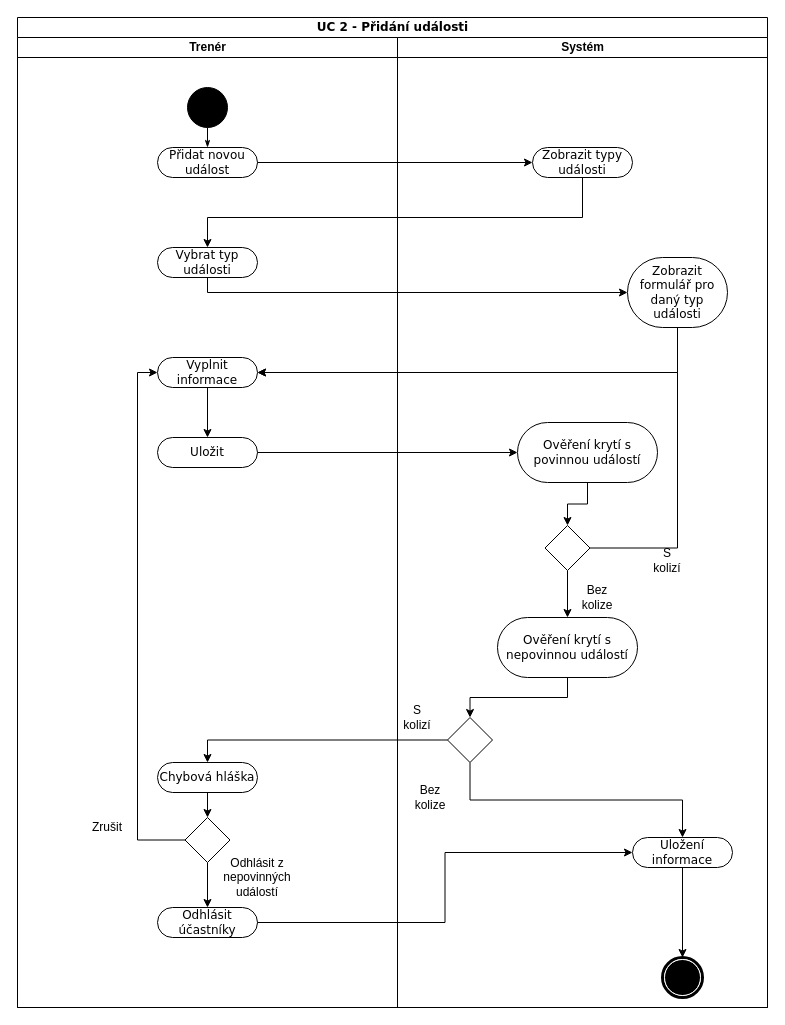
Earlier version of the draw.io diagram UC2ActivityDiagram.drawio (dminikm/EsportsIS). Source tidied: cells renumbered, new cells numbered last; positions are measured from the earlier drawing's top-left corner, leaving out a move shared by most shapes. Both pictures are drawn from the tidied source at 100%, with x=0, y=0 at pixel (17, 17).
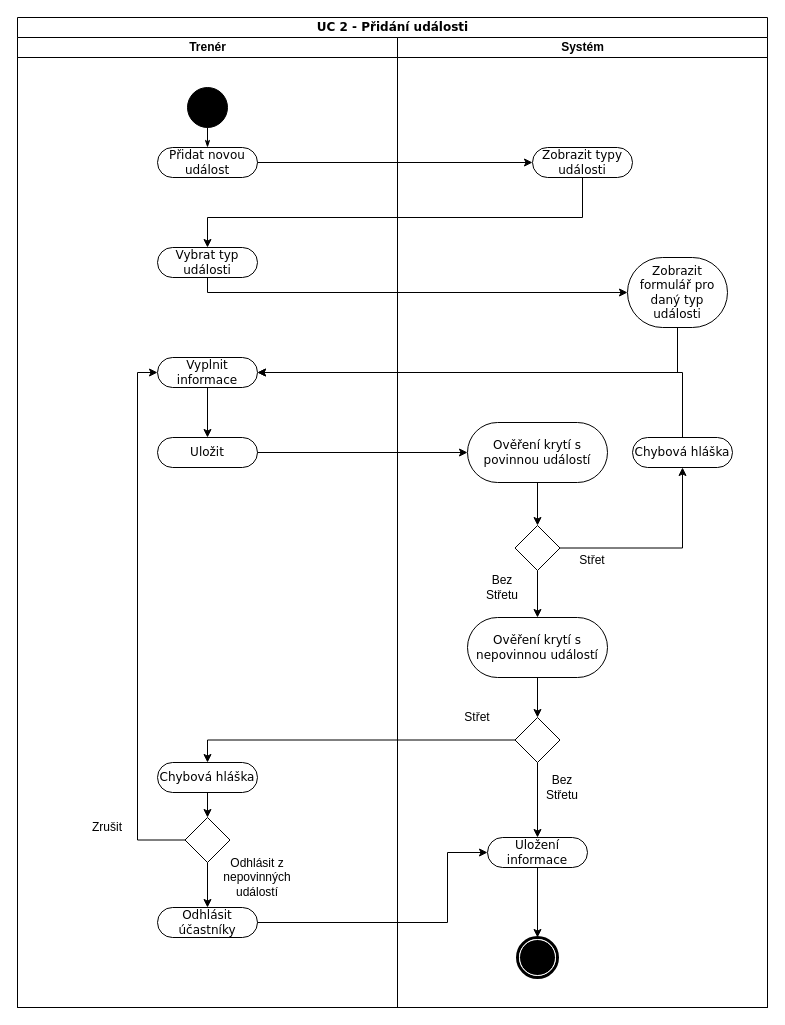
The same page after the edit.

The change refers to these unchanged cells:
```xml
<mxCell id="2" value="UC 2 - Přidání události" style="swimlane;html=1;startSize=20;rounded=0;shadow=0;comic=0;labelBackgroundColor=none;strokeWidth=1;fontFamily=Verdana;fontSize=12;align=center;" parent="1" vertex="1">
  <mxGeometry width="750" height="990" as="geometry" />
</mxCell>
<mxCell id="5" value="Přidat novou událost" style="rounded=1;whiteSpace=wrap;html=1;shadow=0;comic=0;labelBackgroundColor=none;strokeWidth=1;fontFamily=Verdana;fontSize=12;align=center;arcSize=50;" parent="3" vertex="1">
  <mxGeometry x="140" y="110" width="100" height="30" as="geometry" />
</mxCell>
<mxCell id="6" value="Vybrat typ události" style="rounded=1;whiteSpace=wrap;html=1;shadow=0;comic=0;labelBackgroundColor=none;strokeWidth=1;fontFamily=Verdana;fontSize=12;align=center;arcSize=50;" parent="3" vertex="1">
  <mxGeometry x="140" y="210" width="100" height="30" as="geometry" />
</mxCell>
<mxCell id="7" value="Uložit" style="rounded=1;whiteSpace=wrap;html=1;shadow=0;comic=0;labelBackgroundColor=none;strokeWidth=1;fontFamily=Verdana;fontSize=12;align=center;arcSize=50;" parent="3" vertex="1">
  <mxGeometry x="140" y="400" width="100" height="30" as="geometry" />
</mxCell>
<mxCell id="9" value="Chybová hláška" style="rounded=1;whiteSpace=wrap;html=1;shadow=0;comic=0;labelBackgroundColor=none;strokeWidth=1;fontFamily=Verdana;fontSize=12;align=center;arcSize=50;" parent="3" vertex="1">
  <mxGeometry x="140" y="725" width="100" height="30" as="geometry" />
</mxCell>
<mxCell id="12" value="Odhlásit účastníky" style="rounded=1;whiteSpace=wrap;html=1;shadow=0;comic=0;labelBackgroundColor=none;strokeWidth=1;fontFamily=Verdana;fontSize=12;align=center;arcSize=50;" parent="3" vertex="1">
  <mxGeometry x="140" y="870" width="100" height="30" as="geometry" />
</mxCell>
<mxCell id="15" value="Systém" style="swimlane;html=1;startSize=20;" parent="2" vertex="1">
  <mxGeometry x="380" y="20" width="370" height="970" as="geometry" />
</mxCell>
<mxCell id="18" value="Zobrazit typy události" style="rounded=1;whiteSpace=wrap;html=1;shadow=0;comic=0;labelBackgroundColor=none;strokeWidth=1;fontFamily=Verdana;fontSize=12;align=center;arcSize=50;" parent="15" vertex="1">
  <mxGeometry x="135" y="110" width="100" height="30" as="geometry" />
</mxCell>
<mxCell id="19" value="Zobrazit formulář pro daný typ události" style="rounded=1;whiteSpace=wrap;html=1;shadow=0;comic=0;labelBackgroundColor=none;strokeWidth=1;fontFamily=Verdana;fontSize=12;align=center;arcSize=50;" parent="15" vertex="1">
  <mxGeometry x="230" y="220" width="100" height="70" as="geometry" />
</mxCell>
<mxCell id="42" value="Vyplnit informace" style="rounded=1;whiteSpace=wrap;html=1;shadow=0;comic=0;labelBackgroundColor=none;strokeWidth=1;fontFamily=Verdana;fontSize=12;align=center;arcSize=50;" parent="1" vertex="1">
  <mxGeometry x="140" y="340" width="100" height="30" as="geometry" />
</mxCell>
```

Diff of the diagram source:
```diff
@@
+    <mxCell id="34" style="edgeStyle=orthogonalEdgeStyle;rounded=0;jettySize=auto;html=1;" parent="2" edge="1" source="5" target="18">
+      <mxGeometry relative="1" as="geometry" />
+    </mxCell>
+    <mxCell id="35" style="edgeStyle=orthogonalEdgeStyle;rounded=0;jettySize=auto;html=1;" parent="2" edge="1" source="18" target="6">
+      <mxGeometry relative="1" as="geometry">
+        <Array as="points">
+          <mxPoint x="565" y="200" />
+          <mxPoint x="190" y="200" />
+        </Array>
+      </mxGeometry>
+    </mxCell>
+    <mxCell id="36" style="edgeStyle=orthogonalEdgeStyle;rounded=0;jettySize=auto;html=1;entryX=0;entryY=0.5;entryDx=0;entryDy=0;" parent="2" edge="1" source="6" target="19">
+      <mxGeometry relative="1" as="geometry">
+        <Array as="points">
+          <mxPoint x="190" y="275" />
+        </Array>
+      </mxGeometry>
+    </mxCell>
+    <mxCell id="37" style="edgeStyle=orthogonalEdgeStyle;rounded=0;jettySize=auto;html=1;" parent="2" edge="1" source="7" target="21">
+      <mxGeometry relative="1" as="geometry" />
+    </mxCell>
+    <mxCell id="38" style="edgeStyle=orthogonalEdgeStyle;rounded=0;jettySize=auto;html=1;exitX=0;exitY=0.5;exitDx=0;exitDy=0;entryX=0.5;entryY=0;entryDx=0;entryDy=0;" parent="2" edge="1" source="27" target="9">
+      <mxGeometry relative="1" as="geometry" />
+    </mxCell>
+    <mxCell id="39" style="edgeStyle=orthogonalEdgeStyle;rounded=0;jettySize=auto;html=1;exitX=1;exitY=0.5;exitDx=0;exitDy=0;entryX=0;entryY=0.5;entryDx=0;entryDy=0;" parent="2" edge="1" source="12" target="29">
+      <mxGeometry relative="1" as="geometry">
+        <Array as="points">
+          <mxPoint x="430" y="905" />
+          <mxPoint x="430" y="835" />
+        </Array>
+      </mxGeometry>
+    </mxCell>
@@
     <mxCell id="17" style="shape=mxgraph.bpmn.shape;html=1;verticalLabelPosition=bottom;labelBackgroundColor=#ffffff;verticalAlign=top;perimeter=ellipsePerimeter;outline=end;symbol=terminate;rounded=0;shadow=0;comic=0;strokeWidth=1;fontFamily=Verdana;fontSize=12;align=center;" parent="15" vertex="1">
-      <mxGeometry x="265" y="920" width="40" height="40" as="geometry" />
+      <mxGeometry x="120" y="900" width="40" height="40" as="geometry" />
     </mxCell>
@@
     <mxCell id="21" value="Ověření krytí s povinnou událostí" style="rounded=1;whiteSpace=wrap;html=1;shadow=0;comic=0;labelBackgroundColor=none;strokeWidth=1;fontFamily=Verdana;fontSize=12;align=center;arcSize=50;" parent="15" vertex="1">
-      <mxGeometry x="120" y="385" width="140" height="60" as="geometry" />
+      <mxGeometry x="70" y="385" width="140" height="60" as="geometry" />
     </mxCell>
@@
+    <mxCell id="45" style="edgeStyle=orthogonalEdgeStyle;rounded=0;jettySize=auto;html=1;exitX=1;exitY=0.5;exitDx=0;exitDy=0;entryX=0.5;entryY=1;entryDx=0;entryDy=0;" parent="15" edge="1" source="23" target="46">
+      <mxGeometry relative="1" as="geometry" />
+    </mxCell>
     <mxCell id="23" style="rhombus;whiteSpace=wrap;html=1;" parent="15" vertex="1">
-      <mxGeometry x="147.5" y="488" width="45" height="45" as="geometry" />
+      <mxGeometry x="117.5" y="488" width="45" height="45" as="geometry" />
     </mxCell>
@@
     <mxCell id="25" value="Ověření krytí s nepovinnou událostí" style="rounded=1;whiteSpace=wrap;html=1;shadow=0;comic=0;labelBackgroundColor=none;strokeWidth=1;fontFamily=Verdana;fontSize=12;align=center;arcSize=50;" parent="15" vertex="1">
-      <mxGeometry x="100" y="580" width="140" height="60" as="geometry" />
+      <mxGeometry x="70" y="580" width="140" height="60" as="geometry" />
     </mxCell>
@@
     <mxCell id="27" style="rhombus;whiteSpace=wrap;html=1;" parent="15" vertex="1">
-      <mxGeometry x="50" y="680" width="45" height="45" as="geometry" />
+      <mxGeometry x="117.5" y="680" width="45" height="45" as="geometry" />
     </mxCell>
@@
     <mxCell id="29" value="Uložení informace" style="rounded=1;whiteSpace=wrap;html=1;shadow=0;comic=0;labelBackgroundColor=none;strokeWidth=1;fontFamily=Verdana;fontSize=12;align=center;arcSize=50;" parent="15" vertex="1">
-      <mxGeometry x="235" y="800" width="100" height="30" as="geometry" />
+      <mxGeometry x="90" y="800" width="100" height="30" as="geometry" />
     </mxCell>
-    <mxCell id="30" value="Bez kolize" style="text;html=1;strokeColor=none;fillColor=none;align=center;verticalAlign=middle;whiteSpace=wrap;rounded=0;" parent="15" vertex="1">
-      <mxGeometry x="180" y="550" width="40" height="20" as="geometry" />
+    <mxCell id="30" value="Bez Střetu" style="text;html=1;strokeColor=none;fillColor=none;align=center;verticalAlign=middle;whiteSpace=wrap;rounded=0;" parent="15" vertex="1">
+      <mxGeometry x="85" y="540" width="40" height="20" as="geometry" />
     </mxCell>
-    <mxCell id="31" value="Bez kolize" style="text;html=1;strokeColor=none;fillColor=none;align=center;verticalAlign=middle;whiteSpace=wrap;rounded=0;" parent="15" vertex="1">
-      <mxGeometry x="12.5" y="750" width="40" height="20" as="geometry" />
+    <mxCell id="31" value="Bez Střetu" style="text;html=1;strokeColor=none;fillColor=none;align=center;verticalAlign=middle;whiteSpace=wrap;rounded=0;" parent="15" vertex="1">
+      <mxGeometry x="145" y="740" width="40" height="20" as="geometry" />
     </mxCell>
-    <mxCell id="32" value="S kolizí" style="text;html=1;strokeColor=none;fillColor=none;align=center;verticalAlign=middle;whiteSpace=wrap;rounded=0;" parent="15" vertex="1">
-      <mxGeometry x="250" y="513" width="40" height="20" as="geometry" />
+    <mxCell id="32" value="Střet" style="text;html=1;strokeColor=none;fillColor=none;align=center;verticalAlign=middle;whiteSpace=wrap;rounded=0;" parent="15" vertex="1">
+      <mxGeometry x="175" y="513" width="40" height="20" as="geometry" />
     </mxCell>
-    <mxCell id="33" value="S kolizí" style="text;html=1;strokeColor=none;fillColor=none;align=center;verticalAlign=middle;whiteSpace=wrap;rounded=0;" parent="15" vertex="1">
-      <mxGeometry y="670" width="40" height="20" as="geometry" />
+    <mxCell id="33" value="Střet" style="text;html=1;strokeColor=none;fillColor=none;align=center;verticalAlign=middle;whiteSpace=wrap;rounded=0;" parent="15" vertex="1">
+      <mxGeometry x="60" y="670" width="40" height="20" as="geometry" />
     </mxCell>
-    <mxCell id="34" style="edgeStyle=orthogonalEdgeStyle;rounded=0;jettySize=auto;html=1;" parent="2" edge="1" source="5" target="18">
-      <mxGeometry relative="1" as="geometry" />
-    </mxCell>
-    <mxCell id="35" style="edgeStyle=orthogonalEdgeStyle;rounded=0;jettySize=auto;html=1;" parent="2" edge="1" source="18" target="6">
-      <mxGeometry relative="1" as="geometry">
-        <Array as="points">
-          <mxPoint x="565" y="200" />
-          <mxPoint x="190" y="200" />
-        </Array>
-      </mxGeometry>
-    </mxCell>
-    <mxCell id="36" style="edgeStyle=orthogonalEdgeStyle;rounded=0;jettySize=auto;html=1;entryX=0;entryY=0.5;entryDx=0;entryDy=0;" parent="2" edge="1" source="6" target="19">
-      <mxGeometry relative="1" as="geometry">
-        <Array as="points">
-          <mxPoint x="190" y="275" />
-        </Array>
-      </mxGeometry>
-    </mxCell>
-    <mxCell id="37" style="edgeStyle=orthogonalEdgeStyle;rounded=0;jettySize=auto;html=1;" parent="2" edge="1" source="7" target="21">
-      <mxGeometry relative="1" as="geometry" />
-    </mxCell>
-    <mxCell id="38" style="edgeStyle=orthogonalEdgeStyle;rounded=0;jettySize=auto;html=1;exitX=0;exitY=0.5;exitDx=0;exitDy=0;entryX=0.5;entryY=0;entryDx=0;entryDy=0;" parent="2" edge="1" source="27" target="9">
-      <mxGeometry relative="1" as="geometry" />
-    </mxCell>
-    <mxCell id="39" style="edgeStyle=orthogonalEdgeStyle;rounded=0;jettySize=auto;html=1;exitX=1;exitY=0.5;exitDx=0;exitDy=0;entryX=0;entryY=0.5;entryDx=0;entryDy=0;" parent="2" edge="1" source="12" target="29">
-      <mxGeometry relative="1" as="geometry" />
-    </mxCell>
+    <mxCell id="46" value="Chybová hláška" style="rounded=1;whiteSpace=wrap;html=1;shadow=0;comic=0;labelBackgroundColor=none;strokeWidth=1;fontFamily=Verdana;fontSize=12;align=center;arcSize=50;" parent="15" vertex="1">
+      <mxGeometry x="235" y="400" width="100" height="30" as="geometry" />
+    </mxCell>
@@
-    <mxCell id="44" style="edgeStyle=orthogonalEdgeStyle;rounded=0;jettySize=auto;html=1;exitX=1;exitY=0.5;exitDx=0;exitDy=0;entryX=1;entryY=0.5;entryDx=0;entryDy=0;" parent="1" edge="1" source="23" target="42">
-      <mxGeometry relative="1" as="geometry">
-        <Array as="points">
-          <mxPoint x="660" y="531" />
-          <mxPoint x="660" y="355" />
-        </Array>
-      </mxGeometry>
-    </mxCell>
+    <mxCell id="47" style="edgeStyle=orthogonalEdgeStyle;rounded=0;jettySize=auto;html=1;exitX=0.5;exitY=0;exitDx=0;exitDy=0;entryX=1;entryY=0.5;entryDx=0;entryDy=0;" parent="1" edge="1" source="46" target="42">
+      <mxGeometry relative="1" as="geometry" />
+    </mxCell>
```
